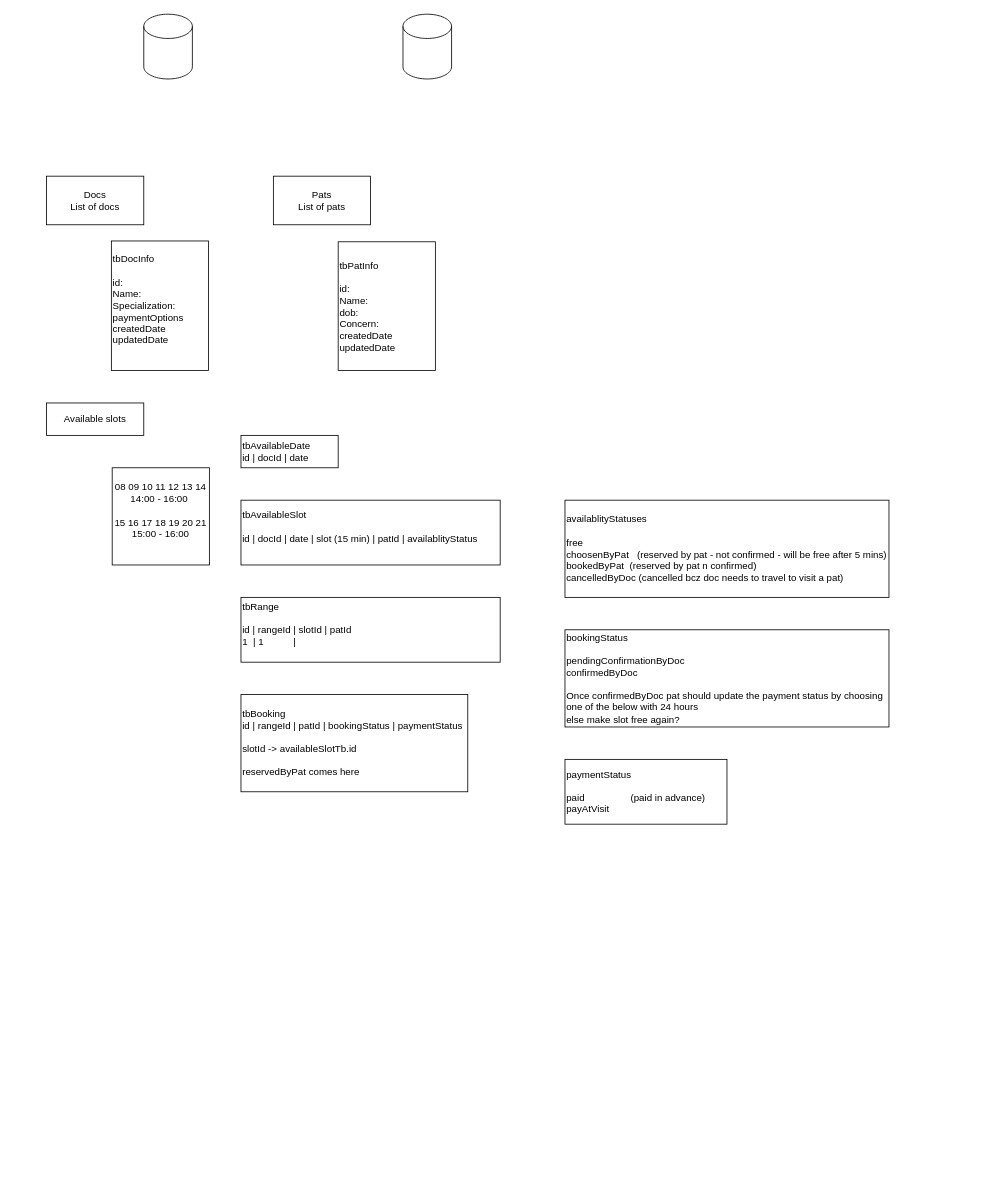
The draw.io diagram page "design" (1 of 3) of other/justdeploy.drawio in rathanDev/justdeploy, before the edit. Source tidied: cells renumbered, new cells numbered last; positions are measured from the earlier drawing's top-left corner, leaving out a move shared by most shapes. Both pictures are drawn from the tidied source at 81%, with x=0, y=0 at pixel (46, 14).
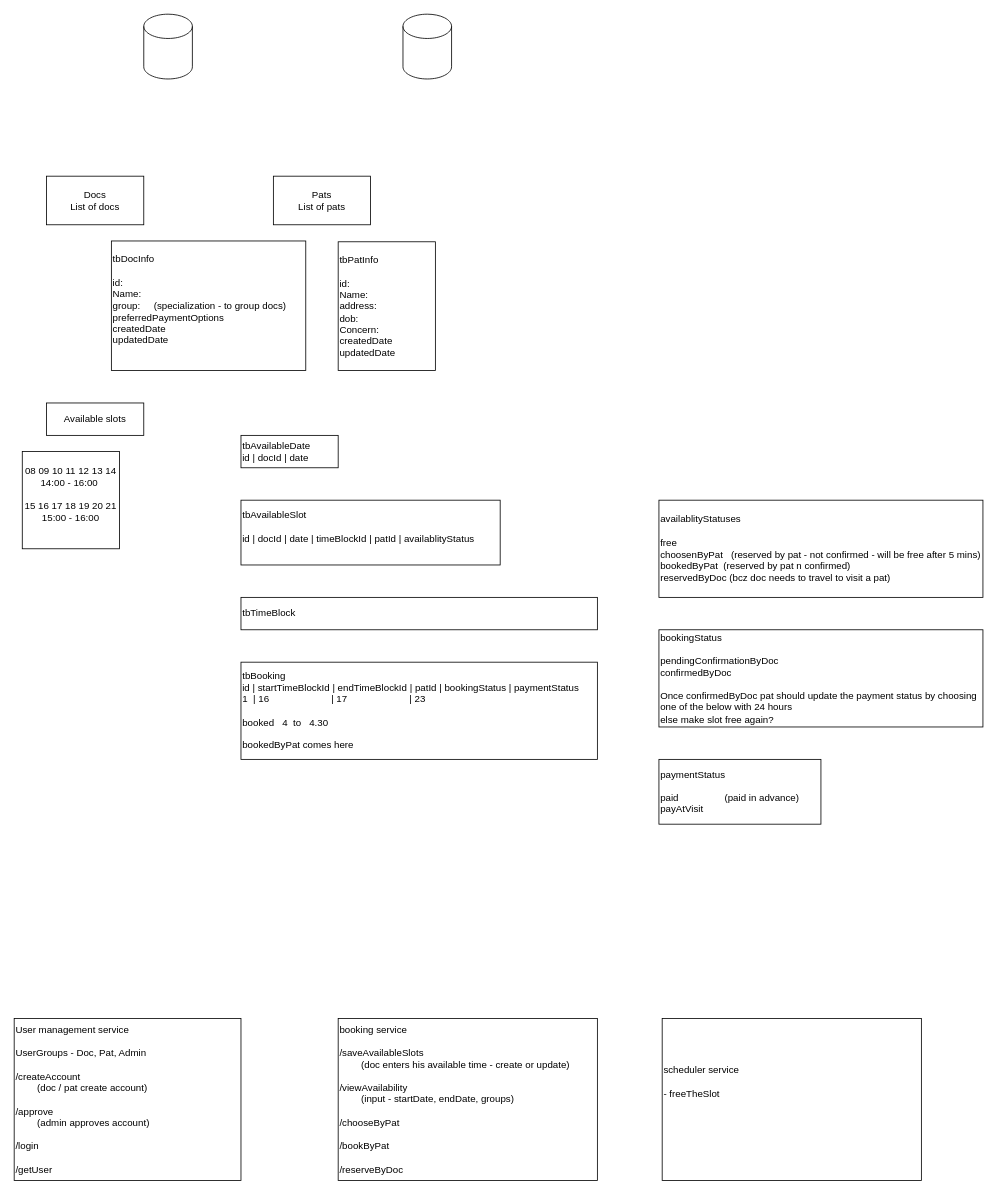
After the change.

What changed in the source:
```diff
@@
 <mxGraphModel>
   <root>
     <mxCell id="0" />
     <mxCell id="1" parent="0" />
     <mxCell id="2" value="Docs&lt;div&gt;List of docs&lt;/div&gt;" style="rounded=0;whiteSpace=wrap;html=1;" parent="1" vertex="1">
       <mxGeometry y="200" width="120" height="60" as="geometry" />
     </mxCell>
     <mxCell id="3" value="&lt;div&gt;Pats&lt;/div&gt;&lt;div&gt;List of pats&lt;/div&gt;" style="rounded=0;whiteSpace=wrap;html=1;" parent="1" vertex="1">
       <mxGeometry x="280" y="200" width="120" height="60" as="geometry" />
     </mxCell>
     <mxCell id="4" style="shape=cylinder3;whiteSpace=wrap;html=1;boundedLbl=1;backgroundOutline=1;size=15;" parent="1" vertex="1">
       <mxGeometry x="120" width="60" height="80" as="geometry" />
     </mxCell>
     <mxCell id="5" style="shape=cylinder3;whiteSpace=wrap;html=1;boundedLbl=1;backgroundOutline=1;size=15;" parent="1" vertex="1">
       <mxGeometry x="440" width="60" height="80" as="geometry" />
     </mxCell>
-    <mxCell id="6" value="tbDocInfo&lt;div&gt;&lt;br&gt;&lt;/div&gt;&lt;div&gt;id:&lt;br&gt;&lt;div&gt;Name:&lt;/div&gt;&lt;div&gt;Specialization:&lt;/div&gt;&lt;/div&gt;&lt;div&gt;paymentOptions&lt;br&gt;&lt;/div&gt;&lt;div&gt;createdDate&lt;/div&gt;&lt;div&gt;updatedDate&lt;/div&gt;&lt;div&gt;&lt;br&gt;&lt;/div&gt;" style="rounded=0;whiteSpace=wrap;html=1;align=left;" parent="1" vertex="1">
-      <mxGeometry x="80" y="280" width="120" height="160" as="geometry" />
+    <mxCell id="6" value="tbDocInfo&lt;div&gt;&lt;br&gt;&lt;/div&gt;&lt;div&gt;id:&lt;br&gt;&lt;div&gt;Name:&lt;/div&gt;&lt;div&gt;group:&amp;nbsp; &amp;nbsp; &amp;nbsp;(specialization - to group docs)&lt;/div&gt;&lt;/div&gt;&lt;div&gt;preferredPaymentOptions&lt;br&gt;&lt;/div&gt;&lt;div&gt;createdDate&lt;/div&gt;&lt;div&gt;updatedDate&lt;/div&gt;&lt;div&gt;&lt;br&gt;&lt;/div&gt;" style="rounded=0;whiteSpace=wrap;html=1;align=left;" parent="1" vertex="1">
+      <mxGeometry x="80" y="280" width="240" height="160" as="geometry" />
     </mxCell>
-    <mxCell id="7" value="&lt;div&gt;tbPatInfo&lt;/div&gt;&lt;div&gt;&lt;br&gt;&lt;/div&gt;&lt;div&gt;id:&lt;/div&gt;&lt;div&gt;&lt;span style=&quot;background-color: initial;&quot;&gt;Name:&lt;/span&gt;&lt;/div&gt;&lt;div&gt;dob:&lt;/div&gt;&lt;div&gt;Concern:&lt;/div&gt;&lt;div&gt;&lt;div&gt;createdDate&lt;/div&gt;&lt;div&gt;updatedDate&lt;/div&gt;&lt;/div&gt;" style="rounded=0;whiteSpace=wrap;html=1;align=left;" parent="1" vertex="1">
+    <mxCell id="7" value="&lt;div&gt;tbPatInfo&lt;/div&gt;&lt;div&gt;&lt;br&gt;&lt;/div&gt;&lt;div&gt;id:&lt;/div&gt;&lt;div&gt;&lt;span style=&quot;background-color: initial;&quot;&gt;Name:&lt;/span&gt;&lt;/div&gt;&lt;div&gt;&lt;span style=&quot;background-color: initial;&quot;&gt;address:&lt;/span&gt;&lt;/div&gt;&lt;div&gt;dob:&lt;/div&gt;&lt;div&gt;Concern:&lt;/div&gt;&lt;div&gt;&lt;div&gt;createdDate&lt;/div&gt;&lt;div&gt;updatedDate&lt;/div&gt;&lt;/div&gt;" style="rounded=0;whiteSpace=wrap;html=1;align=left;" parent="1" vertex="1">
       <mxGeometry x="360" y="281" width="120" height="159" as="geometry" />
     </mxCell>
     <mxCell id="8" value="Available slots" style="rounded=0;whiteSpace=wrap;html=1;" parent="1" vertex="1">
       <mxGeometry y="480" width="120" height="40" as="geometry" />
     </mxCell>
     <mxCell id="9" value="08 09 10 11 12 13 14&lt;div&gt;14:00 - 16:00&lt;span style=&quot;background-color: initial;&quot;&gt;&amp;nbsp;&lt;/span&gt;&lt;/div&gt;&lt;div&gt;&lt;br&gt;&lt;/div&gt;&lt;div&gt;15 16 17 18 19 20 21&lt;/div&gt;&lt;div&gt;15:00 - 16:00&lt;br&gt;&lt;div&gt;&lt;br&gt;&lt;/div&gt;&lt;/div&gt;" style="rounded=0;whiteSpace=wrap;html=1;" parent="1" vertex="1">
-      <mxGeometry x="81" y="560" width="120" height="120" as="geometry" />
+      <mxGeometry x="-30" y="540" width="120" height="120" as="geometry" />
     </mxCell>
     <mxCell id="10" value="&lt;div&gt;tbAvailableDate&lt;/div&gt;id | docId | date" style="rounded=0;whiteSpace=wrap;html=1;align=left;" parent="1" vertex="1">
       <mxGeometry x="240" y="520" width="120" height="40" as="geometry" />
     </mxCell>
-    <mxCell id="11" value="&lt;div&gt;tbAvailableSlot&lt;/div&gt;&lt;div&gt;&lt;br&gt;&lt;/div&gt;id | docId | date | slot (15 min) | patId | availablityStatus&lt;div&gt;&lt;br&gt;&lt;/div&gt;" style="rounded=0;whiteSpace=wrap;html=1;align=left;" parent="1" vertex="1">
+    <mxCell id="11" value="&lt;div&gt;tbAvailableSlot&lt;/div&gt;&lt;div&gt;&lt;br&gt;&lt;/div&gt;id | docId | date | timeBlockId | patId | availablityStatus&lt;div&gt;&lt;br&gt;&lt;/div&gt;" style="rounded=0;whiteSpace=wrap;html=1;align=left;" parent="1" vertex="1">
       <mxGeometry x="240" y="600" width="320" height="80" as="geometry" />
     </mxCell>
-    <mxCell id="12" value="availablityStatuses&lt;div&gt;&lt;br&gt;&lt;div&gt;free&lt;/div&gt;&lt;div&gt;choosenByPat&amp;nbsp; &amp;nbsp;(&lt;span style=&quot;background-color: initial;&quot;&gt;reserved by pat - not confirmed - will be free after 5 mins&lt;/span&gt;&lt;span style=&quot;background-color: initial;&quot;&gt;)&lt;/span&gt;&lt;/div&gt;&lt;div&gt;bookedByPat&amp;nbsp; (reserved by pat n confirmed)&lt;/div&gt;&lt;div&gt;cancelledByDoc (cancelled bcz doc needs to travel to visit a pat)&lt;/div&gt;&lt;/div&gt;" style="rounded=0;whiteSpace=wrap;html=1;align=left;" parent="1" vertex="1">
-      <mxGeometry x="640" y="600" width="400" height="120" as="geometry" />
+    <mxCell id="12" value="availablityStatuses&lt;div&gt;&lt;br&gt;&lt;div&gt;free&lt;/div&gt;&lt;div&gt;choosenByPat&amp;nbsp; &amp;nbsp;(&lt;span style=&quot;background-color: initial;&quot;&gt;reserved by pat - not confirmed - will be free after 5 mins&lt;/span&gt;&lt;span style=&quot;background-color: initial;&quot;&gt;)&lt;/span&gt;&lt;/div&gt;&lt;div&gt;bookedByPat&amp;nbsp; (reserved by pat n confirmed)&lt;/div&gt;&lt;div&gt;reservedByDoc (bcz doc needs to travel to visit a pat)&lt;/div&gt;&lt;/div&gt;" style="rounded=0;whiteSpace=wrap;html=1;align=left;" parent="1" vertex="1">
+      <mxGeometry x="756" y="600" width="400" height="120" as="geometry" />
     </mxCell>
-    <mxCell id="13" value="&lt;div&gt;tbBooking&lt;/div&gt;id | rangeId | patId | bookingStatus | paymentStatus&lt;div&gt;&lt;br&gt;slotId -&amp;gt; availableSlotTb.id&lt;br&gt;&lt;div&gt;&lt;br&gt;&lt;/div&gt;&lt;/div&gt;&lt;div&gt;reservedByPat comes here&lt;/div&gt;" style="rounded=0;whiteSpace=wrap;html=1;align=left;" parent="1" vertex="1">
-      <mxGeometry x="240" y="840" width="280" height="120" as="geometry" />
+    <mxCell id="13" value="&lt;div&gt;tbBooking&lt;/div&gt;id | startTimeBlockId | endTimeBlockId | patId | bookingStatus | paymentStatus&lt;div&gt;1&amp;nbsp; | 16&amp;nbsp; &amp;nbsp; &amp;nbsp; &amp;nbsp; &amp;nbsp; &amp;nbsp; &amp;nbsp; &amp;nbsp; &amp;nbsp; &amp;nbsp; &amp;nbsp; &amp;nbsp;| 17&amp;nbsp; &amp;nbsp; &amp;nbsp; &amp;nbsp; &amp;nbsp; &amp;nbsp; &amp;nbsp; &amp;nbsp; &amp;nbsp; &amp;nbsp; &amp;nbsp; &amp;nbsp;| 23&amp;nbsp; &amp;nbsp; &amp;nbsp; &amp;nbsp; &amp;nbsp; &amp;nbsp; &amp;nbsp; &amp;nbsp; &amp;nbsp; &amp;nbsp; &amp;nbsp; &amp;nbsp; &amp;nbsp; &amp;nbsp; &amp;nbsp; &amp;nbsp; &amp;nbsp;&amp;nbsp;&lt;/div&gt;&lt;div&gt;&lt;br&gt;&lt;/div&gt;&lt;div&gt;booked&amp;nbsp; &amp;nbsp;4&amp;nbsp; to&amp;nbsp; &amp;nbsp;4.30&amp;nbsp;&amp;nbsp;&lt;/div&gt;&lt;div&gt;&lt;div&gt;&lt;br&gt;&lt;/div&gt;&lt;/div&gt;&lt;div&gt;bookedByPat comes here&lt;/div&gt;" style="rounded=0;whiteSpace=wrap;html=1;align=left;" parent="1" vertex="1">
+      <mxGeometry x="240" y="800" width="440" height="120" as="geometry" />
     </mxCell>
     <mxCell id="14" value="bookingStatus&lt;div&gt;&lt;br&gt;&lt;div&gt;pendingConfirmationByDoc&lt;/div&gt;&lt;/div&gt;&lt;div&gt;confirmedByDoc&lt;/div&gt;&lt;div&gt;&lt;br&gt;&lt;/div&gt;&lt;div&gt;Once confirmedByDoc pat should update the payment status by choosing one of the below with 24 hours&lt;/div&gt;&lt;div&gt;else make slot free again?&lt;/div&gt;" style="rounded=0;whiteSpace=wrap;html=1;align=left;" parent="1" vertex="1">
-      <mxGeometry x="640" y="760" width="400" height="120" as="geometry" />
+      <mxGeometry x="756" y="760" width="400" height="120" as="geometry" />
     </mxCell>
     <mxCell id="15" value="paymentStatus&lt;div&gt;&lt;br&gt;&lt;div&gt;paid&amp;nbsp; &amp;nbsp; &amp;nbsp; &amp;nbsp; &amp;nbsp; &amp;nbsp; &amp;nbsp; &amp;nbsp; &amp;nbsp;(paid in advance)&lt;/div&gt;&lt;/div&gt;&lt;div&gt;payAtVisit&lt;/div&gt;" style="rounded=0;whiteSpace=wrap;html=1;align=left;" parent="1" vertex="1">
-      <mxGeometry x="640" y="920" width="200" height="80" as="geometry" />
+      <mxGeometry x="756" y="920" width="200" height="80" as="geometry" />
     </mxCell>
-    <mxCell id="16" value="&lt;div&gt;tbRange&lt;/div&gt;&lt;div&gt;&lt;br&gt;&lt;/div&gt;id | rangeId | slotId | patId&lt;div&gt;1&amp;nbsp; | 1&amp;nbsp; &amp;nbsp; &amp;nbsp; &amp;nbsp; &amp;nbsp; &amp;nbsp;|&amp;nbsp;&lt;br&gt;&lt;div&gt;&lt;br&gt;&lt;/div&gt;&lt;/div&gt;" style="rounded=0;whiteSpace=wrap;html=1;align=left;" parent="1" vertex="1">
-      <mxGeometry x="240" y="720" width="320" height="80" as="geometry" />
-    </mxCell>
+    <mxCell id="17" value="&lt;div&gt;tbTimeBlock&lt;/div&gt;" style="rounded=0;whiteSpace=wrap;html=1;align=left;" parent="1" vertex="1">
+      <mxGeometry x="240" y="720" width="440" height="40" as="geometry" />
+    </mxCell>
+    <mxCell id="18" value="User management service&lt;div&gt;&lt;br&gt;&lt;/div&gt;&lt;div&gt;UserGroups - Doc, Pat, Admin&lt;/div&gt;&lt;div&gt;&lt;br&gt;&lt;/div&gt;&lt;div&gt;/createAccount&lt;/div&gt;&lt;div&gt;&amp;nbsp; &amp;nbsp; &amp;nbsp;&lt;span style=&quot;white-space: pre;&quot;&gt;&#9;&lt;/span&gt;(doc / pat create account)&lt;/div&gt;&lt;div&gt;&lt;br&gt;&lt;/div&gt;&lt;div&gt;/approve&lt;br&gt;&lt;/div&gt;&lt;div&gt;&lt;span style=&quot;white-space: pre;&quot;&gt;&#9;&lt;/span&gt;(admin approves account)&lt;br&gt;&lt;/div&gt;&lt;div&gt;&lt;br&gt;&lt;/div&gt;&lt;div&gt;/login&lt;/div&gt;&lt;div&gt;&lt;br&gt;&lt;/div&gt;&lt;div&gt;/getUser&lt;/div&gt;" style="rounded=0;whiteSpace=wrap;html=1;align=left;" parent="1" vertex="1">
+      <mxGeometry x="-40" y="1240" width="280" height="200" as="geometry" />
+    </mxCell>
+    <mxCell id="19" value="booking service&lt;div&gt;&lt;br&gt;&lt;/div&gt;&lt;div&gt;/saveAvailableSlots&lt;/div&gt;&lt;div&gt;&lt;span style=&quot;background-color: initial;&quot;&gt;&lt;span style=&quot;white-space: pre;&quot;&gt;&#9;&lt;/span&gt;(doc enters his available time - create or update)&lt;/span&gt;&lt;/div&gt;&lt;div&gt;&lt;br&gt;&lt;/div&gt;&lt;div&gt;/viewAvailability&lt;/div&gt;&lt;div&gt;&lt;span style=&quot;white-space: pre;&quot;&gt;&#9;&lt;/span&gt;(input - startDate, endDate, groups)&lt;br&gt;&lt;/div&gt;&lt;div&gt;&lt;br&gt;&lt;/div&gt;&lt;div&gt;/chooseByPat&lt;/div&gt;&lt;div&gt;&lt;br&gt;&lt;/div&gt;&lt;div&gt;/bookByPat&lt;/div&gt;&lt;div&gt;&lt;br&gt;&lt;/div&gt;&lt;div&gt;/reserveByDoc&lt;/div&gt;" style="rounded=0;whiteSpace=wrap;html=1;align=left;" parent="1" vertex="1">
+      <mxGeometry x="360" y="1240" width="320" height="200" as="geometry" />
+    </mxCell>
+    <mxCell id="20" value="scheduler service&lt;div&gt;&lt;br&gt;&lt;/div&gt;&lt;div&gt;- freeTheSlot&lt;/div&gt;&lt;div&gt;&lt;br&gt;&lt;/div&gt;&lt;div&gt;&lt;br&gt;&lt;/div&gt;&lt;div&gt;&lt;br&gt;&lt;/div&gt;" style="rounded=0;whiteSpace=wrap;html=1;align=left;" parent="1" vertex="1">
+      <mxGeometry x="760" y="1240" width="320" height="200" as="geometry" />
+    </mxCell>
   </root>
 </mxGraphModel>
```
